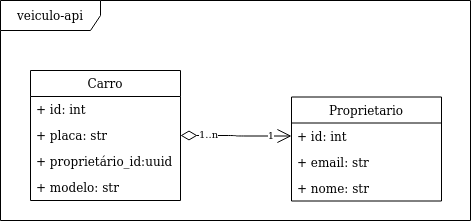
olist/palestra-microsservicos keeps this draw.io diagram as imagens/veiculo-api.png. Above is the earlier version. Source tidied: cells renumbered, new cells last; positions are measured from the earlier drawing's top-left corner, leaving out a move shared by most shapes.
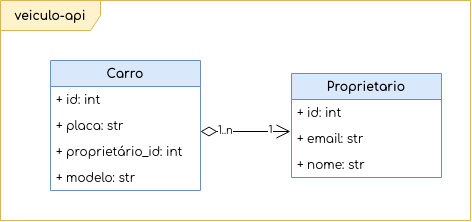
After the commit.

Commit message:
Finalizando README de veiculo-api

Change to the diagram source:
```diff
@@ -2,48 +2,51 @@
   <root>
     <mxCell id="0" />
     <mxCell id="1" parent="0" />
-    <mxCell id="2" value="veiculo-api" style="shape=umlFrame;whiteSpace=wrap;html=1;width=100;height=30;" parent="1" vertex="1">
-      <mxGeometry width="470" height="220" as="geometry" />
+    <mxCell id="2" value="&lt;b&gt;veiculo-api&lt;/b&gt;" style="shape=umlFrame;whiteSpace=wrap;html=1;width=100;height=30;fontFamily=Comfortaa;fillColor=#fff2cc;strokeColor=#d6b656;" parent="1" vertex="1">
+      <mxGeometry x="-150" y="70" width="470" height="220" as="geometry" />
     </mxCell>
-    <mxCell id="3" value="Carro" style="swimlane;fontStyle=0;horizontal=1;startSize=26;fillColor=none;" parent="1" vertex="1">
-      <mxGeometry x="30" y="70" width="150" height="130" as="geometry" />
+    <mxCell id="3" value="Carro" style="swimlane;fontStyle=1;horizontal=1;startSize=26;fillColor=#dae8fc;fontFamily=Comfortaa;strokeColor=#6c8ebf;" parent="1" vertex="1">
+      <mxGeometry x="-100" y="130" width="150" height="130" as="geometry" />
     </mxCell>
-    <mxCell id="4" value="+ id: int" style="text;strokeColor=none;fillColor=none;align=left;verticalAlign=top;spacingLeft=4;spacingRight=4;overflow=hidden;" parent="3" vertex="1">
+    <mxCell id="4" value="+ id: int" style="text;strokeColor=none;fillColor=none;align=left;verticalAlign=top;spacingLeft=4;spacingRight=4;overflow=hidden;fontFamily=Comfortaa;" parent="3" vertex="1">
       <mxGeometry y="26" width="150" height="26" as="geometry" />
     </mxCell>
-    <mxCell id="5" value="+ placa: str" style="text;strokeColor=none;fillColor=none;align=left;verticalAlign=top;spacingLeft=4;spacingRight=4;overflow=hidden;" parent="3" vertex="1">
+    <mxCell id="5" value="+ placa: str" style="text;strokeColor=none;fillColor=none;align=left;verticalAlign=top;spacingLeft=4;spacingRight=4;overflow=hidden;fontFamily=Comfortaa;" parent="3" vertex="1">
       <mxGeometry y="52" width="150" height="26" as="geometry" />
     </mxCell>
-    <mxCell id="6" value="+ proprietário_id:uuid" style="text;strokeColor=none;fillColor=none;align=left;verticalAlign=top;spacingLeft=4;spacingRight=4;overflow=hidden;" parent="3" vertex="1">
+    <mxCell id="6" value="+ proprietário_id: int" style="text;strokeColor=none;fillColor=none;align=left;verticalAlign=top;spacingLeft=4;spacingRight=4;overflow=hidden;fontFamily=Comfortaa;" parent="3" vertex="1">
       <mxGeometry y="78" width="150" height="26" as="geometry" />
     </mxCell>
-    <mxCell id="7" value="+ modelo: str" style="text;strokeColor=none;fillColor=none;align=left;verticalAlign=top;spacingLeft=4;spacingRight=4;overflow=hidden;" parent="3" vertex="1">
+    <mxCell id="7" value="+ modelo: str" style="text;strokeColor=none;fillColor=none;align=left;verticalAlign=top;spacingLeft=4;spacingRight=4;overflow=hidden;fontFamily=Comfortaa;" parent="3" vertex="1">
       <mxGeometry y="104" width="150" height="26" as="geometry" />
     </mxCell>
-    <mxCell id="8" style="endArrow=open;html=1;endSize=12;startArrow=diamondThin;startSize=14;startFill=0;edgeStyle=orthogonalEdgeStyle;" parent="1" edge="1" source="3" target="12">
-      <mxGeometry relative="1" as="geometry" />
+    <mxCell id="8" value="Proprietario" style="swimlane;fontStyle=1;horizontal=1;startSize=26;fillColor=#dae8fc;strokeColor=#6c8ebf;fontFamily=Comfortaa;" parent="1" vertex="1">
+      <mxGeometry x="141" y="143" width="150" height="104" as="geometry" />
     </mxCell>
-    <mxCell id="9" value="1..n" style="html=1;align=left;verticalAlign=top;labelBackgroundColor=#ffffff;fontSize=10;" parent="8" vertex="1">
-      <mxGeometry x="-1" relative="1" as="geometry">
-        <mxPoint x="17" y="-14" as="offset" />
-      </mxGeometry>
+    <mxCell id="9" value="+ id: int" style="text;strokeColor=none;fillColor=none;align=left;verticalAlign=top;spacingLeft=4;spacingRight=4;overflow=hidden;fontFamily=Comfortaa;" parent="8" vertex="1">
+      <mxGeometry y="26" width="150" height="26" as="geometry" />
     </mxCell>
-    <mxCell id="10" value="1" style="html=1;align=right;verticalAlign=top;labelBackgroundColor=#ffffff;fontSize=10;" parent="8" vertex="1">
-      <mxGeometry x="1" relative="1" as="geometry">
-        <mxPoint x="-18" y="-14" as="offset" />
-      </mxGeometry>
+    <mxCell id="10" value="+ email: str" style="text;strokeColor=none;fillColor=none;align=left;verticalAlign=top;spacingLeft=4;spacingRight=4;overflow=hidden;fontFamily=Comfortaa;" parent="8" vertex="1">
+      <mxGeometry y="52" width="150" height="26" as="geometry" />
     </mxCell>
-    <mxCell id="11" value="Proprietario" style="swimlane;fontStyle=0;horizontal=1;startSize=26;fillColor=none;" parent="1" vertex="1">
-      <mxGeometry x="291" y="96.5" width="150" height="104" as="geometry" />
+    <mxCell id="11" value="+ nome: str" style="text;strokeColor=none;fillColor=none;align=left;verticalAlign=top;spacingLeft=4;spacingRight=4;overflow=hidden;fontFamily=Comfortaa;" parent="8" vertex="1">
+      <mxGeometry y="78" width="150" height="26" as="geometry" />
     </mxCell>
-    <mxCell id="12" value="+ id: int" style="text;strokeColor=none;fillColor=none;align=left;verticalAlign=top;spacingLeft=4;spacingRight=4;overflow=hidden;points=[[0,0.5],[1,0.5]];portConstraint=eastwest;" parent="11" vertex="1">
-      <mxGeometry y="26" width="150" height="26" as="geometry" />
+    <mxCell id="12" style="endArrow=open;html=1;endSize=12;startArrow=diamondThin;startSize=14;startFill=0;edgeStyle=orthogonalEdgeStyle;exitX=1;exitY=-0.077;exitDx=0;exitDy=0;exitPerimeter=0;fontFamily=Comfortaa;" parent="1" edge="1">
+      <mxGeometry relative="1" as="geometry">
+        <mxPoint x="50" y="201" as="sourcePoint" />
+        <mxPoint x="140" y="201" as="targetPoint" />
+      </mxGeometry>
     </mxCell>
-    <mxCell id="13" value="+ email: str" style="text;strokeColor=none;fillColor=none;align=left;verticalAlign=top;spacingLeft=4;spacingRight=4;overflow=hidden;" parent="11" vertex="1">
-      <mxGeometry y="52" width="150" height="26" as="geometry" />
+    <mxCell id="13" value="1" style="edgeLabel;html=1;align=center;verticalAlign=middle;fontFamily=Comfortaa;" parent="12" vertex="1">
+      <mxGeometry x="0.89" y="-8" relative="1" as="geometry">
+        <mxPoint x="-15.1" y="-10" as="offset" />
+      </mxGeometry>
     </mxCell>
-    <mxCell id="14" value="+ nome: str" style="text;strokeColor=none;fillColor=none;align=left;verticalAlign=top;spacingLeft=4;spacingRight=4;overflow=hidden;" parent="11" vertex="1">
-      <mxGeometry y="78" width="150" height="26" as="geometry" />
+    <mxCell id="14" value="&lt;font face=&quot;Comfortaa&quot;&gt;1..n&lt;/font&gt;" style="html=1;align=left;verticalAlign=top;labelBackgroundColor=#ffffff;fontSize=10;" parent="12" vertex="1">
+      <mxGeometry x="-1" relative="1" as="geometry">
+        <mxPoint x="16" y="-14" as="offset" />
+      </mxGeometry>
     </mxCell>
   </root>
 </mxGraphModel>
```
